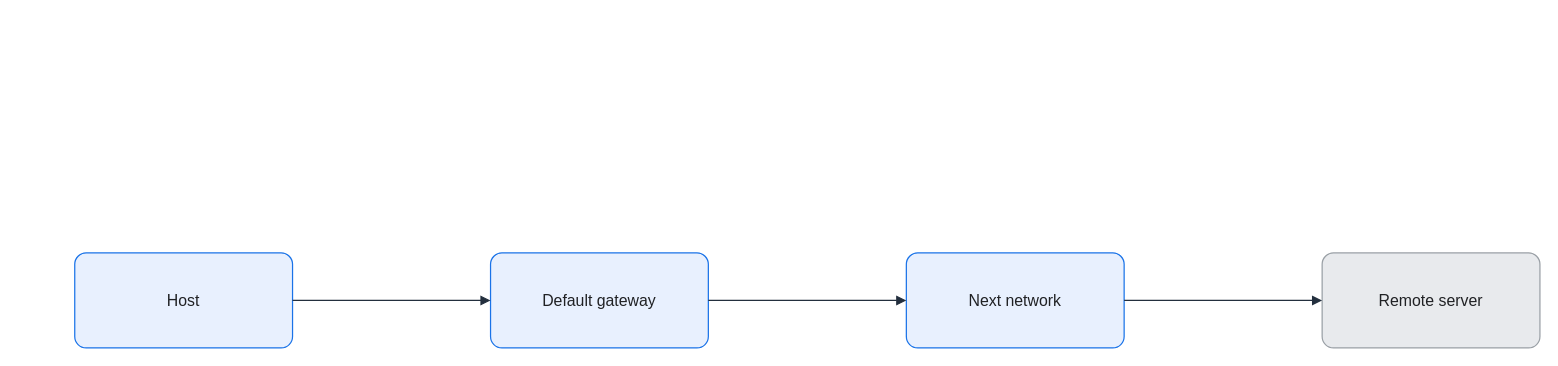
KKamJi98/kkamji98.github.io keeps this draw.io diagram as assets/img/network/default-gateway-forwarding.drawio. Above is the earlier version. Source tidied: cells renumbered, new cells numbered last; positions are measured from the earlier drawing's top-left corner, leaving out a move shared by most shapes. Both pictures are drawn from the tidied source at 99%, with x=0, y=0 at pixel (74, 252).
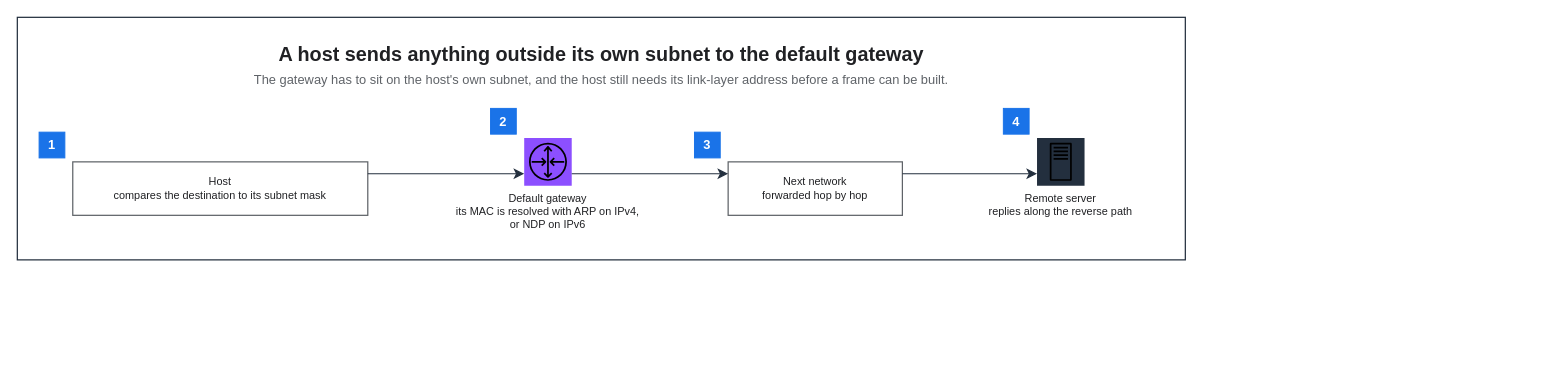
The same page after the edit.

Change to the diagram source:
```diff
@@
 <mxGraphModel background="#FFFFFF">
   <root>
     <mxCell id="0" />
     <mxCell id="1" parent="0" />
-    <mxCell id="2" value="Host" style="rounded=1;arcSize=12;whiteSpace=wrap;html=0;fillColor=#E8F0FE;strokeColor=#1A73E8;strokeWidth=1.25;fontColor=#202124;fontSize=16;align=center;verticalAlign=middle;spacing=8;shadow=0;" parent="1" vertex="1">
-      <mxGeometry width="220" height="96" as="geometry" />
-    </mxCell>
-    <mxCell id="3" value="Default gateway" style="rounded=1;arcSize=12;whiteSpace=wrap;html=0;fillColor=#E8F0FE;strokeColor=#1A73E8;strokeWidth=1.25;fontColor=#202124;fontSize=16;align=center;verticalAlign=middle;spacing=8;shadow=0;" parent="1" vertex="1">
-      <mxGeometry x="420" width="220" height="96" as="geometry" />
-    </mxCell>
-    <mxCell id="4" value="Next network" style="rounded=1;arcSize=12;whiteSpace=wrap;html=0;fillColor=#E8F0FE;strokeColor=#1A73E8;strokeWidth=1.25;fontColor=#202124;fontSize=16;align=center;verticalAlign=middle;spacing=8;shadow=0;" parent="1" vertex="1">
-      <mxGeometry x="840" width="220" height="96" as="geometry" />
-    </mxCell>
-    <mxCell id="5" value="Remote server" style="rounded=1;arcSize=12;whiteSpace=wrap;html=0;fillColor=#E8EAED;strokeColor=#9AA0A6;strokeWidth=1.25;fontColor=#202124;fontSize=16;align=center;verticalAlign=middle;spacing=8;shadow=0;" parent="1" vertex="1">
-      <mxGeometry x="1260" width="220" height="96" as="geometry" />
-    </mxCell>
-    <mxCell id="6" style="edgeStyle=orthogonalEdgeStyle;rounded=0;jettySize=auto;html=0;endArrow=block;endFill=1;strokeColor=#232F3E;strokeWidth=1.25;fontColor=#202124;labelBackgroundColor=none;exitX=1;exitY=0.5;exitDx=0;exitDy=0;entryX=0;entryY=0.5;entryDx=0;entryDy=0;endSize=7;" parent="1" edge="1" source="2" target="3">
-      <mxGeometry relative="1" as="geometry" />
-    </mxCell>
-    <mxCell id="7" style="edgeStyle=orthogonalEdgeStyle;rounded=0;jettySize=auto;html=0;endArrow=block;endFill=1;strokeColor=#232F3E;strokeWidth=1.25;fontColor=#202124;labelBackgroundColor=none;exitX=1;exitY=0.5;exitDx=0;exitDy=0;entryX=0;entryY=0.5;entryDx=0;entryDy=0;endSize=7;" parent="1" edge="1" source="3" target="4">
-      <mxGeometry relative="1" as="geometry" />
-    </mxCell>
-    <mxCell id="8" style="edgeStyle=orthogonalEdgeStyle;rounded=0;jettySize=auto;html=0;endArrow=block;endFill=1;strokeColor=#232F3E;strokeWidth=1.25;fontColor=#202124;labelBackgroundColor=none;exitX=1;exitY=0.5;exitDx=0;exitDy=0;entryX=0;entryY=0.5;entryDx=0;entryDy=0;endSize=7;" parent="1" edge="1" source="4" target="5">
-      <mxGeometry relative="1" as="geometry" />
-    </mxCell>
+    <mxCell id="9" style="rounded=0;html=0;fillColor=none;strokeColor=#232F3E;fontColor=#202124;strokeWidth=1.25;" parent="1" vertex="1">
+      <mxGeometry x="-58" y="-238" width="1179.8" height="245" as="geometry" />
+    </mxCell>
+    <mxCell id="10" value="A host sends anything outside its own subnet to the default gateway" style="text;html=0;whiteSpace=wrap;fillColor=none;strokeColor=none;fontColor=#202124;fontSize=20;fontStyle=1;align=center;verticalAlign=middle;" parent="1" vertex="1">
+      <mxGeometry x="-36" y="-216" width="1135.8" height="30" as="geometry" />
+    </mxCell>
+    <mxCell id="11" value="The gateway has to sit on the host's own subnet, and the host still needs its link-layer address before a frame can be built." style="text;html=0;whiteSpace=wrap;fillColor=none;strokeColor=none;fontColor=#5F6368;fontSize=13;fontStyle=0;align=center;verticalAlign=middle;" parent="1" vertex="1">
+      <mxGeometry x="-36" y="-186" width="1135.8" height="22" as="geometry" />
+    </mxCell>
+    <mxCell id="12" value="Host&#10;compares the destination to its subnet mask" style="rounded=0;whiteSpace=wrap;html=0;fillColor=#FFFFFF;strokeColor=#5F6368;fontColor=#202124;fontSize=11;fontStyle=0;align=center;verticalAlign=middle;spacingLeft=6;spacingRight=6;strokeWidth=1.25;" parent="1" vertex="1">
+      <mxGeometry x="-2" y="-92" width="298" height="54" as="geometry" />
+    </mxCell>
+    <mxCell id="13" value="Default gateway&#10;its MAC is resolved with ARP on IPv4,&#10;or NDP on IPv6" style="sketch=0;outlineConnect=0;gradientColor=none;html=0;whiteSpace=nowrap;fontSize=11;fontStyle=0;fontColor=#202124;verticalLabelPosition=bottom;verticalAlign=top;align=center;labelBackgroundColor=none;fillColor=#8C4FFF;strokeColor=none;dashed=0;shape=mxgraph.aws4.resourceIcon;resIcon=mxgraph.aws4.router;" parent="1" vertex="1">
+      <mxGeometry x="454" y="-116" width="48" height="48" as="geometry" />
+    </mxCell>
+    <mxCell id="14" value="Next network&#10;forwarded hop by hop" style="rounded=0;whiteSpace=wrap;html=0;fillColor=#FFFFFF;strokeColor=#5F6368;fontColor=#202124;fontSize=11;fontStyle=0;align=center;verticalAlign=middle;spacingLeft=6;spacingRight=6;strokeWidth=1.25;" parent="1" vertex="1">
+      <mxGeometry x="660" y="-92" width="176" height="54" as="geometry" />
+    </mxCell>
+    <mxCell id="15" value="Remote server&#10;replies along the reverse path" style="sketch=0;outlineConnect=0;gradientColor=none;html=0;whiteSpace=nowrap;fontSize=11;fontStyle=0;fontColor=#202124;verticalLabelPosition=bottom;verticalAlign=top;align=center;labelBackgroundColor=none;fillColor=#232F3E;strokeColor=none;dashed=0;shape=mxgraph.aws4.resourceIcon;resIcon=mxgraph.aws4.traditional_server;" parent="1" vertex="1">
+      <mxGeometry x="972" y="-116" width="48" height="48" as="geometry" />
+    </mxCell>
+    <mxCell id="16" value="1" style="rounded=0;whiteSpace=wrap;html=0;fillColor=#1A73E8;strokeColor=#1A73E8;fontColor=#FFFFFF;fontSize=13;fontStyle=1;align=center;verticalAlign=middle;" parent="1" vertex="1">
+      <mxGeometry x="-36" y="-122" width="26" height="26" as="geometry" />
+    </mxCell>
+    <mxCell id="17" value="2" style="rounded=0;whiteSpace=wrap;html=0;fillColor=#1A73E8;strokeColor=#1A73E8;fontColor=#FFFFFF;fontSize=13;fontStyle=1;align=center;verticalAlign=middle;" parent="1" vertex="1">
+      <mxGeometry x="420" y="-146" width="26" height="26" as="geometry" />
+    </mxCell>
+    <mxCell id="18" value="3" style="rounded=0;whiteSpace=wrap;html=0;fillColor=#1A73E8;strokeColor=#1A73E8;fontColor=#FFFFFF;fontSize=13;fontStyle=1;align=center;verticalAlign=middle;" parent="1" vertex="1">
+      <mxGeometry x="626" y="-122" width="26" height="26" as="geometry" />
+    </mxCell>
+    <mxCell id="19" value="4" style="rounded=0;whiteSpace=wrap;html=0;fillColor=#1A73E8;strokeColor=#1A73E8;fontColor=#FFFFFF;fontSize=13;fontStyle=1;align=center;verticalAlign=middle;" parent="1" vertex="1">
+      <mxGeometry x="938" y="-146" width="26" height="26" as="geometry" />
+    </mxCell>
+    <mxCell id="20" style="edgeStyle=orthogonalEdgeStyle;rounded=0;html=0;strokeColor=#232F3E;strokeWidth=1.25;endArrow=classic;endFill=1;endSize=7;fontSize=11;fontColor=#202124;labelBackgroundColor=none;jettySize=14;exitX=1;exitY=0.2222;entryX=0;entryY=0.75;exitDx=0;exitDy=0;entryDx=0;entryDy=0;" parent="1" edge="1" source="12" target="13">
+      <mxGeometry relative="1" as="geometry" />
+    </mxCell>
+    <mxCell id="21" style="edgeStyle=orthogonalEdgeStyle;rounded=0;html=0;strokeColor=#232F3E;strokeWidth=1.25;endArrow=classic;endFill=1;endSize=7;fontSize=11;fontColor=#202124;labelBackgroundColor=none;jettySize=14;exitX=1;exitY=0.75;entryX=0;entryY=0.2222;exitDx=0;exitDy=0;entryDx=0;entryDy=0;" parent="1" edge="1" source="13" target="14">
+      <mxGeometry relative="1" as="geometry" />
+    </mxCell>
+    <mxCell id="22" style="edgeStyle=orthogonalEdgeStyle;rounded=0;html=0;strokeColor=#232F3E;strokeWidth=1.25;endArrow=classic;endFill=1;endSize=7;fontSize=11;fontColor=#202124;labelBackgroundColor=none;jettySize=14;exitX=1;exitY=0.2222;entryX=0;entryY=0.75;exitDx=0;exitDy=0;entryDx=0;entryDy=0;" parent="1" edge="1" source="14" target="15">
+      <mxGeometry relative="1" as="geometry" />
+    </mxCell>
   </root>
 </mxGraphModel>
```
